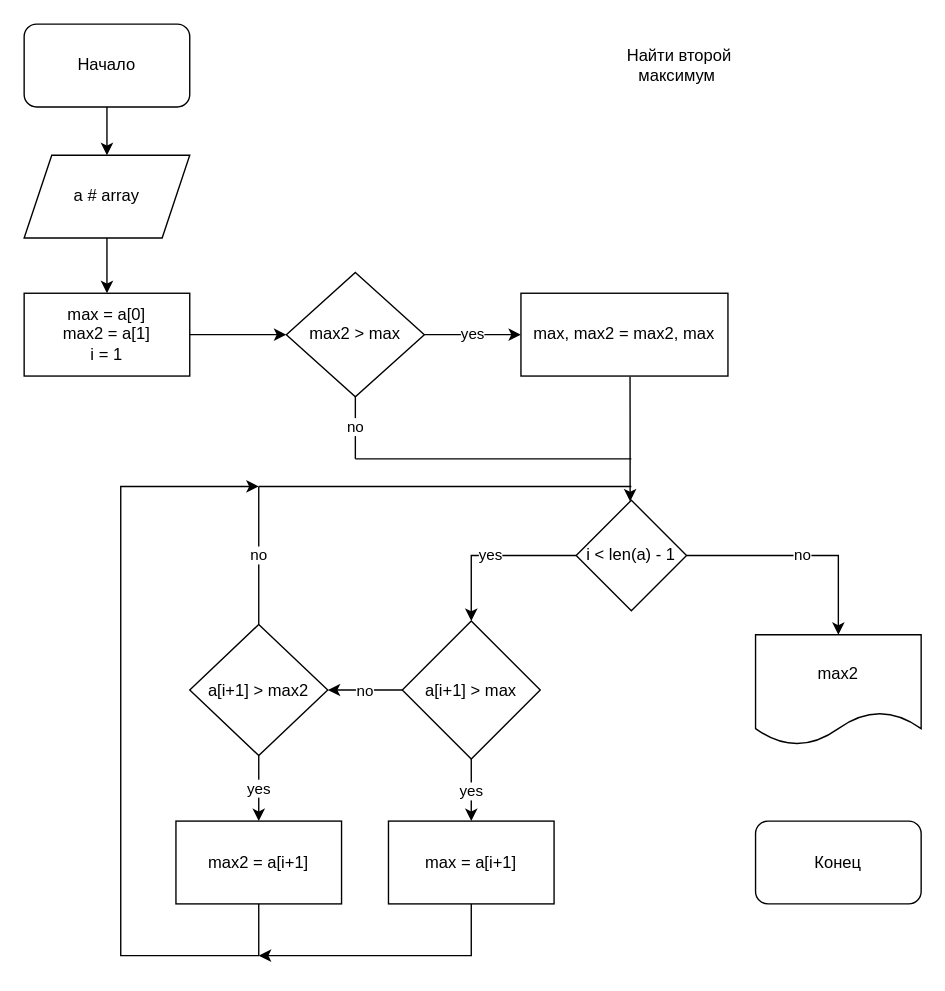
The draw.io diagram programming_intro/lec3_classwork/lec3_second_max.drawio in alter-mind/GbPyDev, before the edit. Source tidied: cells renumbered, new cells numbered last; positions are measured from the earlier drawing's top-left corner, leaving out a move shared by most shapes. Both pictures are drawn from the tidied source at 138%, with x=0, y=0 at pixel (23, 23).
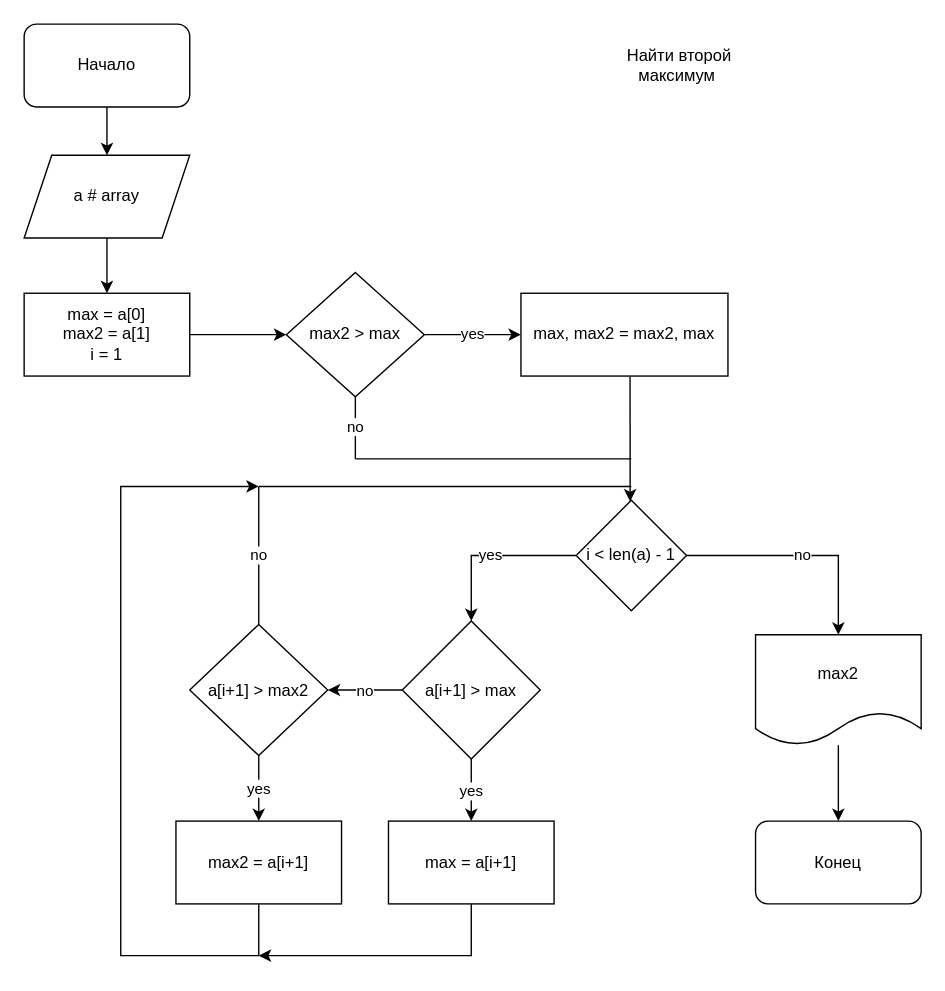
Above is the later version.

The change refers to these unchanged cells:
```xml
<mxCell id="28" value="max2" style="shape=document;whiteSpace=wrap;html=1;boundedLbl=1;" parent="1" vertex="1">
  <mxGeometry x="530" y="442.5" width="120" height="80" as="geometry" />
</mxCell>
<mxCell id="30" value="Конец" style="rounded=1;whiteSpace=wrap;html=1;" parent="1" vertex="1">
  <mxGeometry x="530" y="577.5" width="120" height="60" as="geometry" />
</mxCell>
```

Change to the diagram source:
```diff
@@
+    <mxCell id="31" style="edgeStyle=orthogonalEdgeStyle;rounded=0;jettySize=auto;html=1;" parent="1" edge="1" source="28" target="30">
+      <mxGeometry relative="1" as="geometry" />
+    </mxCell>
```
